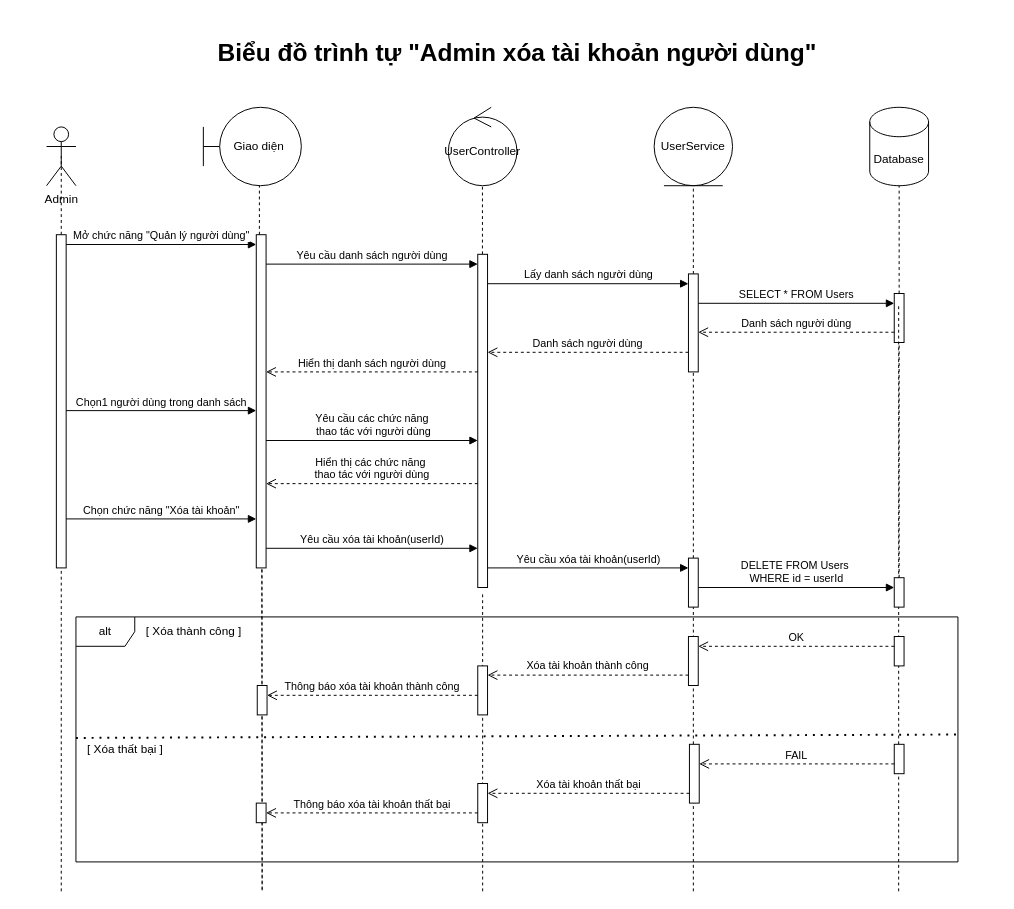
Above: Sequence diagram/User Management/admin_delete_account.drawio in cuongceg/BTL-IT3120 (draw.io), before the change. Source tidied: cells renumbered, new cells numbered last; positions are measured from the earlier drawing's top-left corner, leaving out a move shared by most shapes. Both pictures are drawn from the tidied source at 98%, with x=0, y=0 at pixel (46, 17).
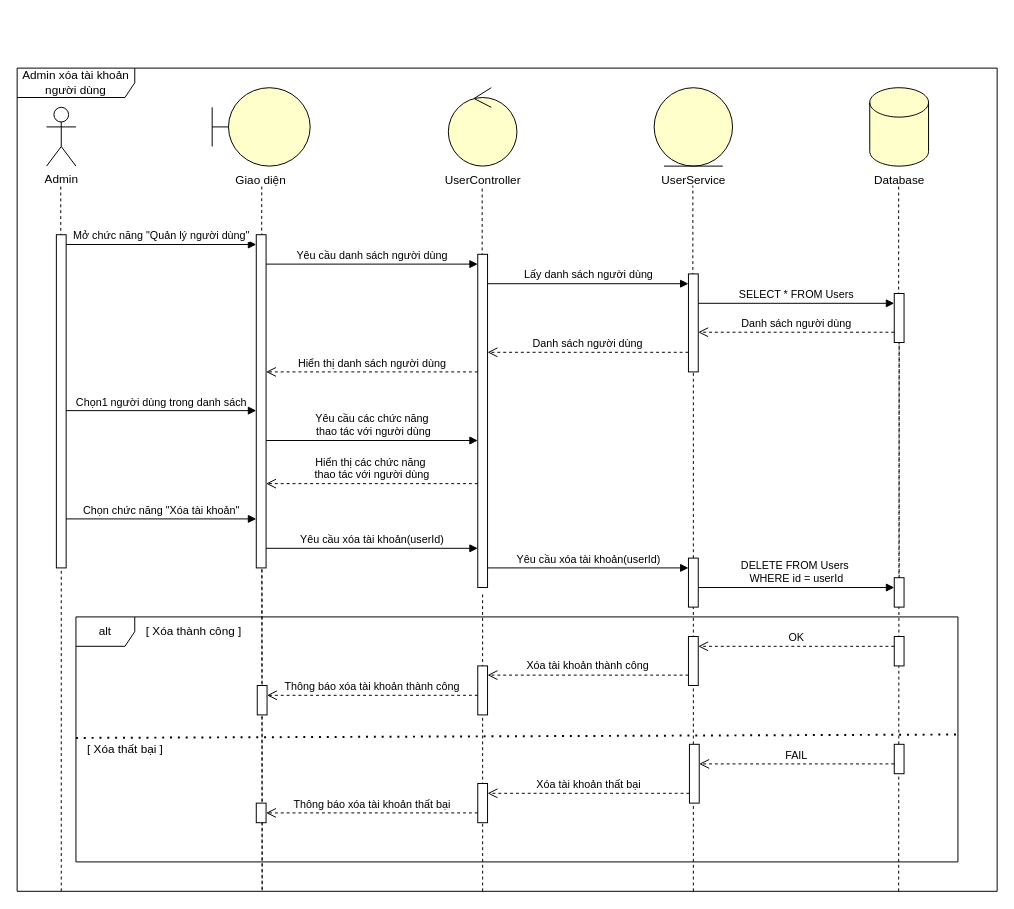
After the change.

Commit message:
Cập nhật admin_delete_account.drawio

Unchanged cells that the change refers to:
```xml
<mxCell id="13" style="html=1;points=[[0,0,0,0,5],[0,1,0,0,-5],[1,0,0,0,5],[1,1,0,0,-5]];perimeter=orthogonalPerimeter;outlineConnect=0;targetShapes=umlLifeline;portConstraint=eastwest;newEdgeStyle={&quot;curved&quot;:0,&quot;rounded&quot;:0};" parent="1" vertex="1">
  <mxGeometry x="10" y="222" width="10" height="340" as="geometry" />
</mxCell>
<mxCell id="15" style="html=1;points=[[0,0,0,0,5],[0,1,0,0,-5],[1,0,0,0,5],[1,1,0,0,-5]];perimeter=orthogonalPerimeter;outlineConnect=0;targetShapes=umlLifeline;portConstraint=eastwest;newEdgeStyle={&quot;curved&quot;:0,&quot;rounded&quot;:0};" parent="1" vertex="1">
  <mxGeometry x="214" y="222" width="10" height="340" as="geometry" />
</mxCell>
<mxCell id="18" style="html=1;points=[[0,0,0,0,5],[0,1,0,0,-5],[1,0,0,0,5],[1,1,0,0,-5]];perimeter=orthogonalPerimeter;outlineConnect=0;targetShapes=umlLifeline;portConstraint=eastwest;newEdgeStyle={&quot;curved&quot;:0,&quot;rounded&quot;:0};" parent="1" vertex="1">
  <mxGeometry x="440" y="242" width="10" height="340" as="geometry" />
</mxCell>
<mxCell id="21" style="html=1;points=[[0,0,0,0,5],[0,1,0,0,-5],[1,0,0,0,5],[1,1,0,0,-5]];perimeter=orthogonalPerimeter;outlineConnect=0;targetShapes=umlLifeline;portConstraint=eastwest;newEdgeStyle={&quot;curved&quot;:0,&quot;rounded&quot;:0};" parent="1" vertex="1">
  <mxGeometry x="655" y="262" width="10" height="100" as="geometry" />
</mxCell>
<mxCell id="24" style="html=1;points=[[0,0,0,0,5],[0,1,0,0,-5],[1,0,0,0,5],[1,1,0,0,-5]];perimeter=orthogonalPerimeter;outlineConnect=0;targetShapes=umlLifeline;portConstraint=eastwest;newEdgeStyle={&quot;curved&quot;:0,&quot;rounded&quot;:0};" parent="1" vertex="1">
  <mxGeometry x="865" y="282" width="10" height="50" as="geometry" />
</mxCell>
```

Change to the diagram source:
```diff
@@
     <mxCell id="2" value="Admin" style="shape=umlActor;verticalLabelPosition=bottom;verticalAlign=top;html=1;outlineConnect=0;" parent="1" vertex="1">
-      <mxGeometry y="112" width="30" height="60" as="geometry" />
+      <mxGeometry y="92" width="30" height="60" as="geometry" />
     </mxCell>
-    <mxCell id="3" style="endArrow=none;dashed=1;html=1;rounded=0;entryX=0.5;entryY=0.5;entryDx=0;entryDy=0;entryPerimeter=0;" parent="1" edge="1" source="13" target="2">
-      <mxGeometry relative="1" as="geometry" />
+    <mxCell id="3" style="endArrow=none;dashed=1;html=1;rounded=0;entryX=0.5;entryY=0.5;entryDx=0;entryDy=0;entryPerimeter=0;" parent="1" edge="1">
+      <mxGeometry relative="1" as="geometry">
+        <mxPoint x="14.5" y="272" as="sourcePoint" />
+        <mxPoint x="14.5" y="172" as="targetPoint" />
+      </mxGeometry>
     </mxCell>
-    <mxCell id="4" value="Giao diện&amp;nbsp;" style="shape=umlBoundary;whiteSpace=wrap;html=1;" parent="1" vertex="1">
-      <mxGeometry x="160" y="92" width="100" height="80" as="geometry" />
+    <mxCell id="4" style="shape=umlBoundary;whiteSpace=wrap;html=1;fillColor=light-dark(#FFFFCC,#FFFFCC);" parent="1" vertex="1">
+      <mxGeometry x="169" y="72" width="100" height="80" as="geometry" />
     </mxCell>
-    <mxCell id="5" style="endArrow=none;dashed=1;html=1;rounded=0;entryX=0.572;entryY=1.003;entryDx=0;entryDy=0;entryPerimeter=0;" parent="1" edge="1" source="15" target="4">
-      <mxGeometry relative="1" as="geometry" />
+    <mxCell id="5" style="endArrow=none;dashed=1;html=1;rounded=0;" parent="1" edge="1">
+      <mxGeometry relative="1" as="geometry">
+        <mxPoint x="219.5" y="241.8" as="sourcePoint" />
+        <mxPoint x="219.6" y="172" as="targetPoint" />
+      </mxGeometry>
     </mxCell>
-    <mxCell id="6" value="UserController" style="ellipse;shape=umlControl;whiteSpace=wrap;html=1;" parent="1" vertex="1">
-      <mxGeometry x="410" y="92" width="70" height="80" as="geometry" />
+    <mxCell id="6" style="ellipse;shape=umlControl;whiteSpace=wrap;html=1;fillColor=light-dark(#FFFFCC,#FFFFCC);" parent="1" vertex="1">
+      <mxGeometry x="410" y="72" width="70" height="80" as="geometry" />
     </mxCell>
-    <mxCell id="7" style="endArrow=none;dashed=1;html=1;rounded=0;entryX=0.497;entryY=1.013;entryDx=0;entryDy=0;entryPerimeter=0;" parent="1" edge="1" source="18" target="6">
-      <mxGeometry relative="1" as="geometry" />
+    <mxCell id="7" style="endArrow=none;dashed=1;html=1;rounded=0;entryX=0.497;entryY=1.013;entryDx=0;entryDy=0;entryPerimeter=0;" parent="1" edge="1">
+      <mxGeometry relative="1" as="geometry">
+        <mxPoint x="444.5" y="262" as="sourcePoint" />
+        <mxPoint x="444.5" y="173" as="targetPoint" />
+      </mxGeometry>
     </mxCell>
-    <mxCell id="8" value="UserService" style="ellipse;shape=umlEntity;whiteSpace=wrap;html=1;" parent="1" vertex="1">
-      <mxGeometry x="620" y="92" width="80" height="80" as="geometry" />
+    <mxCell id="8" style="ellipse;shape=umlEntity;whiteSpace=wrap;html=1;fillColor=light-dark(#FFFFCC,#FFFFCC);" parent="1" vertex="1">
+      <mxGeometry x="620" y="72" width="80" height="80" as="geometry" />
     </mxCell>
-    <mxCell id="9" value="Database" style="shape=cylinder3;whiteSpace=wrap;html=1;boundedLbl=1;backgroundOutline=1;size=15;" parent="1" vertex="1">
-      <mxGeometry x="840" y="92" width="60" height="80" as="geometry" />
+    <mxCell id="9" style="shape=cylinder3;whiteSpace=wrap;html=1;boundedLbl=1;backgroundOutline=1;size=15;fillColor=light-dark(#FFFFCC,#FFFFCC);" parent="1" vertex="1">
+      <mxGeometry x="840" y="72" width="60" height="80" as="geometry" />
     </mxCell>
-    <mxCell id="10" style="endArrow=none;dashed=1;html=1;rounded=0;entryX=0.5;entryY=1;entryDx=0;entryDy=0;" parent="1" edge="1" source="21" target="8">
-      <mxGeometry relative="1" as="geometry" />
+    <mxCell id="10" style="endArrow=none;dashed=1;html=1;rounded=0;entryX=0.5;entryY=1;entryDx=0;entryDy=0;" parent="1" edge="1">
+      <mxGeometry relative="1" as="geometry">
+        <mxPoint x="659.5" y="282" as="sourcePoint" />
+        <mxPoint x="659.5" y="172" as="targetPoint" />
+      </mxGeometry>
     </mxCell>
-    <mxCell id="11" style="endArrow=none;dashed=1;html=1;rounded=0;entryX=0.5;entryY=1;entryDx=0;entryDy=0;entryPerimeter=0;" parent="1" edge="1" source="24" target="9">
-      <mxGeometry relative="1" as="geometry" />
+    <mxCell id="11" style="endArrow=none;dashed=1;html=1;rounded=0;entryX=0.5;entryY=1;entryDx=0;entryDy=0;entryPerimeter=0;" parent="1" edge="1">
+      <mxGeometry relative="1" as="geometry">
+        <mxPoint x="869.5" y="302" as="sourcePoint" />
+        <mxPoint x="869.5" y="172" as="targetPoint" />
+      </mxGeometry>
     </mxCell>
@@
-    <mxCell id="37" style="endArrow=none;dashed=1;html=1;rounded=0;entryX=0.5;entryY=1;entryDx=0;entryDy=0;entryPerimeter=0;" parent="1" edge="1">
+    <mxCell id="37" style="endArrow=none;dashed=1;html=1;rounded=0;" parent="1" edge="1">
       <mxGeometry relative="1" as="geometry">
         <mxPoint x="869.5" y="892" as="sourcePoint" />
-        <mxPoint x="869.5" y="292" as="targetPoint" />
+        <mxPoint x="870" y="332" as="targetPoint" />
       </mxGeometry>
     </mxCell>
@@
-    <mxCell id="58" value="&lt;h2&gt;&lt;font style=&quot;font-size: 25px;&quot;&gt;Biểu đồ trình tự &quot;Admin xóa tài khoản người dùng&quot;&lt;/font&gt;&lt;/h2&gt;" style="text;html=1;align=center;verticalAlign=middle;strokeColor=none;fillColor=none;" parent="1" vertex="1">
-      <mxGeometry x="165" width="630" height="70" as="geometry" />
-    </mxCell>
+    <mxCell id="59" value="Giao diện " style="text;html=1;align=center;verticalAlign=middle;strokeColor=none;fillColor=none;" parent="1" vertex="1">
+      <mxGeometry x="180" y="152" width="80" height="30" as="geometry" />
+    </mxCell>
+    <mxCell id="60" value="&lt;span style=&quot;text-wrap-mode: wrap;&quot;&gt;UserController&lt;/span&gt;" style="text;html=1;align=center;verticalAlign=middle;strokeColor=none;fillColor=none;" parent="1" vertex="1">
+      <mxGeometry x="395" y="152" width="100" height="30" as="geometry" />
+    </mxCell>
+    <mxCell id="61" value="&lt;span style=&quot;text-wrap-mode: wrap;&quot;&gt;UserService&lt;/span&gt;" style="text;html=1;align=center;verticalAlign=middle;strokeColor=none;fillColor=none;" parent="1" vertex="1">
+      <mxGeometry x="615" y="152" width="90" height="30" as="geometry" />
+    </mxCell>
+    <mxCell id="62" value="&lt;span style=&quot;text-wrap-mode: wrap;&quot;&gt;Database&lt;/span&gt;" style="text;html=1;align=center;verticalAlign=middle;strokeColor=none;fillColor=none;" parent="1" vertex="1">
+      <mxGeometry x="835" y="152" width="70" height="30" as="geometry" />
+    </mxCell>
+    <mxCell id="63" value="Admin xóa tài khoản người dùng" style="shape=umlFrame;whiteSpace=wrap;html=1;width=120;height=30;" parent="1" vertex="1">
+      <mxGeometry x="-30" y="52" width="1000" height="840" as="geometry" />
+    </mxCell>
```
